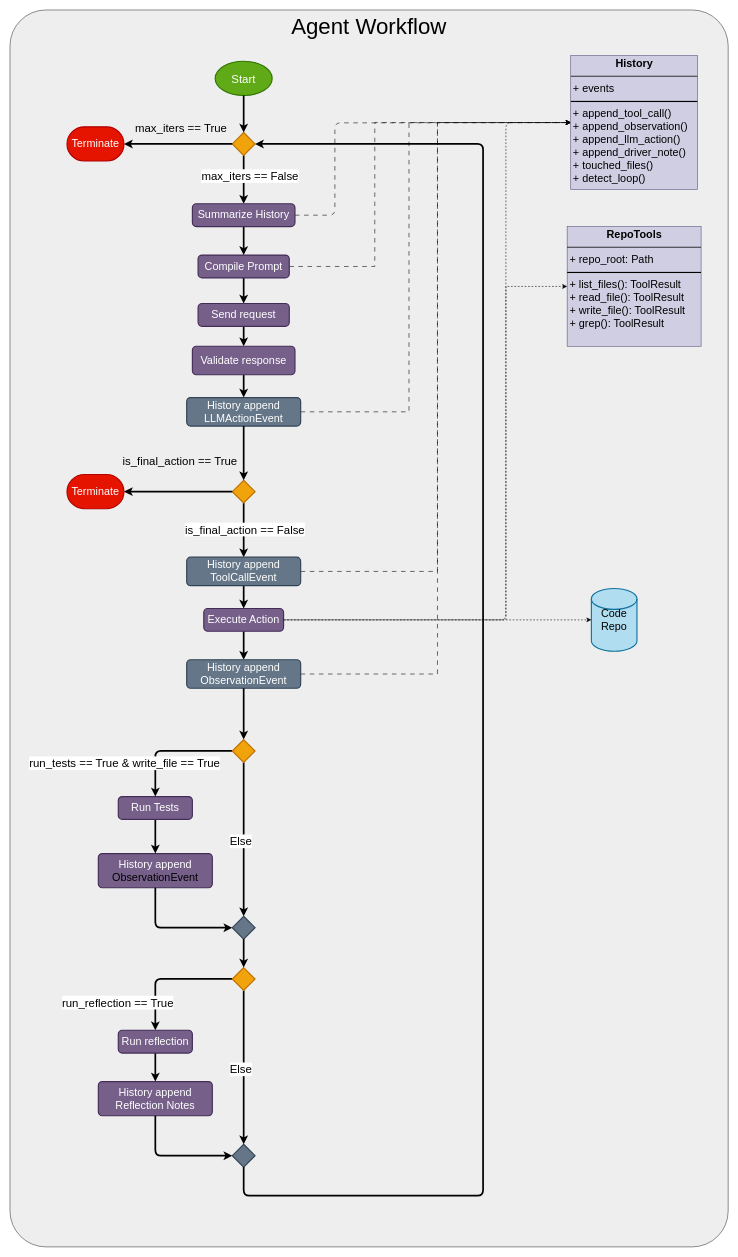
Before: blog_post/diagrams/agent_workflow.drawio in jbthejedi/llm-repo-agent, a draw.io diagram. Source tidied: cells renumbered, new cells numbered last; positions are measured from the earlier drawing's top-left corner, leaving out a move shared by most shapes. Both pictures are drawn from the tidied source at 57%, with x=0, y=0 at pixel (10, 10).
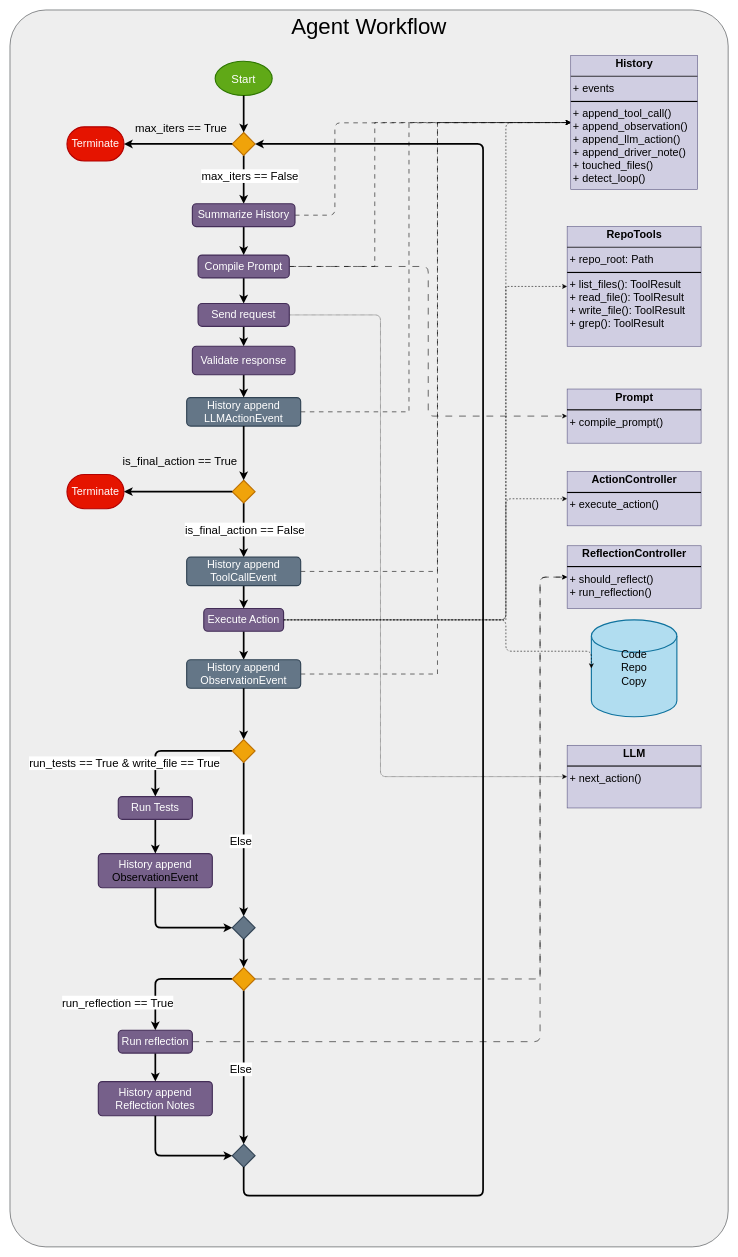
Above is the later version.

Unchanged cells that the change refers to:
```xml
<mxCell id="8" value="Compile Prompt" style="rounded=1;whiteSpace=wrap;html=1;absoluteArcSize=1;arcSize=14;strokeWidth=2;fontSize=19;fillColor=#76608a;fontColor=#ffffff;strokeColor=#432D57;labelBackgroundColor=none;" parent="1" vertex="1">
  <mxGeometry x="330" y="430" width="160" height="40" as="geometry" />
</mxCell>
<mxCell id="10" value="Send request" style="rounded=1;whiteSpace=wrap;html=1;absoluteArcSize=1;arcSize=14;strokeWidth=2;fontSize=19;fillColor=#76608a;fontColor=#ffffff;strokeColor=#432D57;labelBackgroundColor=none;" parent="1" vertex="1">
  <mxGeometry x="330" y="515" width="160" height="40" as="geometry" />
</mxCell>
<mxCell id="16" value="Execute Action" style="rounded=1;whiteSpace=wrap;html=1;absoluteArcSize=1;arcSize=14;strokeWidth=2;fontSize=19;fillColor=#76608a;fontColor=#ffffff;strokeColor=#432D57;labelBackgroundColor=none;" parent="1" vertex="1">
  <mxGeometry x="340" y="1050" width="140" height="40" as="geometry" />
</mxCell>
<mxCell id="61" style="strokeWidth=2;html=1;shape=mxgraph.flowchart.decision;whiteSpace=wrap;fontSize=19;fillColor=#f0a30a;strokeColor=#BD7000;fontColor=#000000;labelBackgroundColor=none;" parent="1" vertex="1">
  <mxGeometry x="390" y="1680" width="40" height="40" as="geometry" />
</mxCell>
<mxCell id="63" value="Run reflection" style="rounded=1;whiteSpace=wrap;html=1;absoluteArcSize=1;arcSize=14;strokeWidth=2;fontSize=19;fillColor=light-dark(#76608A,#A18EB3);fontColor=#ffffff;strokeColor=#432D57;labelBackgroundColor=none;" parent="1" vertex="1">
  <mxGeometry x="190" y="1790" width="130" height="40" as="geometry" />
</mxCell>
```

Change to the diagram source:
```diff
@@
+    <mxCell id="67" style="edgeStyle=orthogonalEdgeStyle;html=1;exitX=1;exitY=0.5;exitDx=0;exitDy=0;entryX=0;entryY=0.5;entryDx=0;entryDy=0;dashed=1;dashPattern=12 12;" parent="1" edge="1" source="8" target="72">
+      <mxGeometry relative="1" as="geometry" />
+    </mxCell>
@@
+    <mxCell id="68" style="edgeStyle=orthogonalEdgeStyle;html=1;exitX=1;exitY=0.5;exitDx=0;exitDy=0;entryX=0;entryY=0.5;entryDx=0;entryDy=0;dashed=1;dashPattern=1 1;" parent="1" edge="1" source="10" target="75">
+      <mxGeometry relative="1" as="geometry">
+        <Array as="points">
+          <mxPoint x="650" y="535" />
+          <mxPoint x="650" y="1345" />
+        </Array>
+      </mxGeometry>
+    </mxCell>
@@
+    <mxCell id="69" style="edgeStyle=orthogonalEdgeStyle;html=1;exitX=1;exitY=0.5;exitDx=0;exitDy=0;entryX=0;entryY=0.5;entryDx=0;entryDy=0;dashed=1;" parent="1" edge="1" source="16" target="73">
+      <mxGeometry relative="1" as="geometry">
+        <Array as="points">
+          <mxPoint x="870" y="1070" />
+          <mxPoint x="870" y="857" />
+        </Array>
+      </mxGeometry>
+    </mxCell>
@@
-    <mxCell id="42" value="&lt;font style=&quot;font-size: 19px;&quot;&gt;Code&lt;/font&gt;&lt;div&gt;&lt;font style=&quot;font-size: 19px;&quot;&gt;Repo&lt;/font&gt;&lt;/div&gt;" style="strokeWidth=2;html=1;shape=mxgraph.flowchart.database;whiteSpace=wrap;fillColor=#b1ddf0;strokeColor=#10739e;labelBackgroundColor=none;" parent="1" vertex="1">
-      <mxGeometry x="1020" y="1015" width="80" height="110" as="geometry" />
+    <mxCell id="42" value="&lt;font style=&quot;font-size: 19px;&quot;&gt;Code&lt;/font&gt;&lt;div&gt;&lt;font style=&quot;font-size: 19px;&quot;&gt;Repo&lt;br&gt;Copy&lt;/font&gt;&lt;/div&gt;" style="strokeWidth=2;html=1;shape=mxgraph.flowchart.database;whiteSpace=wrap;fillColor=#b1ddf0;strokeColor=#10739e;labelBackgroundColor=none;" parent="1" vertex="1">
+      <mxGeometry x="1020" y="1070" width="150" height="170" as="geometry" />
     </mxCell>
@@
-    <mxCell id="44" style="edgeStyle=orthogonalEdgeStyle;html=1;exitX=1;exitY=0.5;exitDx=0;exitDy=0;entryX=0;entryY=0.5;entryDx=0;entryDy=0;entryPerimeter=0;dashed=1;rounded=0;curved=0;labelBackgroundColor=none;" parent="1" edge="1" source="16" target="42">
-      <mxGeometry relative="1" as="geometry" />
+    <mxCell id="44" style="edgeStyle=orthogonalEdgeStyle;html=1;exitX=1;exitY=0.5;exitDx=0;exitDy=0;entryX=0;entryY=0.5;entryDx=0;entryDy=0;entryPerimeter=0;dashed=1;rounded=1;curved=0;labelBackgroundColor=none;" parent="1" edge="1" source="16" target="42">
+      <mxGeometry relative="1" as="geometry">
+        <Array as="points">
+          <mxPoint x="870" y="1070" />
+          <mxPoint x="870" y="1125" />
+        </Array>
+      </mxGeometry>
     </mxCell>
@@
+    <mxCell id="70" style="edgeStyle=orthogonalEdgeStyle;html=1;exitX=1;exitY=0.5;exitDx=0;exitDy=0;exitPerimeter=0;entryX=0;entryY=0.5;entryDx=0;entryDy=0;dashed=1;dashPattern=12 12;" parent="1" edge="1" source="61" target="74">
+      <mxGeometry relative="1" as="geometry">
+        <Array as="points">
+          <mxPoint x="930" y="1700" />
+          <mxPoint x="930" y="995" />
+        </Array>
+      </mxGeometry>
+    </mxCell>
@@
+    <mxCell id="71" style="edgeStyle=orthogonalEdgeStyle;html=1;exitX=1;exitY=0.5;exitDx=0;exitDy=0;entryX=0;entryY=0.5;entryDx=0;entryDy=0;dashed=1;dashPattern=12 12;" parent="1" edge="1" source="63" target="74">
+      <mxGeometry relative="1" as="geometry">
+        <Array as="points">
+          <mxPoint x="930" y="1810" />
+          <mxPoint x="930" y="995" />
+        </Array>
+      </mxGeometry>
+    </mxCell>
@@
+    <mxCell id="72" value="&lt;p style=&quot;margin:0px;margin-top:4px;text-align:center;&quot;&gt;&lt;b&gt;Prompt&lt;/b&gt;&lt;/p&gt;&lt;hr style=&quot;border-style:solid;&quot;&gt;&lt;p style=&quot;margin:0px;margin-left:4px;&quot;&gt;+ compile_prompt()&lt;/p&gt;" style="verticalAlign=top;align=left;overflow=fill;html=1;whiteSpace=wrap;fontSize=19;fillColor=#d0cee2;strokeColor=#56517e;labelBackgroundColor=none;" parent="1" vertex="1">
+      <mxGeometry x="977.5" y="665" width="235" height="95" as="geometry" />
+    </mxCell>
+    <mxCell id="73" value="&lt;p style=&quot;margin:0px;margin-top:4px;text-align:center;&quot;&gt;&lt;b&gt;ActionController&lt;/b&gt;&lt;/p&gt;&lt;hr style=&quot;border-style:solid;&quot;&gt;&lt;p style=&quot;margin:0px;margin-left:4px;&quot;&gt;+ execute_action()&lt;/p&gt;" style="verticalAlign=top;align=left;overflow=fill;html=1;whiteSpace=wrap;fontSize=19;fillColor=#d0cee2;strokeColor=#56517e;labelBackgroundColor=none;" parent="1" vertex="1">
+      <mxGeometry x="977.5" y="810" width="235" height="95" as="geometry" />
+    </mxCell>
+    <mxCell id="74" value="&lt;p style=&quot;margin:0px;margin-top:4px;text-align:center;&quot;&gt;&lt;b&gt;ReflectionController&lt;/b&gt;&lt;/p&gt;&lt;hr style=&quot;border-style:solid;&quot;&gt;&lt;p style=&quot;margin:0px;margin-left:4px;&quot;&gt;+ should_reflect()&lt;/p&gt;&lt;p style=&quot;margin:0px;margin-left:4px;&quot;&gt;+ run_reflection()&lt;/p&gt;" style="verticalAlign=top;align=left;overflow=fill;html=1;whiteSpace=wrap;fontSize=19;fillColor=#d0cee2;strokeColor=#56517e;labelBackgroundColor=none;" parent="1" vertex="1">
+      <mxGeometry x="977.5" y="940" width="235" height="110" as="geometry" />
+    </mxCell>
+    <mxCell id="75" value="&lt;p style=&quot;margin:0px;margin-top:4px;text-align:center;&quot;&gt;&lt;b&gt;LLM&lt;/b&gt;&lt;/p&gt;&lt;hr style=&quot;border-style:solid;&quot;&gt;&lt;p style=&quot;margin:0px;margin-left:4px;&quot;&gt;+ next_action()&lt;/p&gt;" style="verticalAlign=top;align=left;overflow=fill;html=1;whiteSpace=wrap;fontSize=19;fillColor=#d0cee2;strokeColor=#56517e;labelBackgroundColor=none;" parent="1" vertex="1">
+      <mxGeometry x="977.5" y="1290" width="235" height="110" as="geometry" />
+    </mxCell>
```
